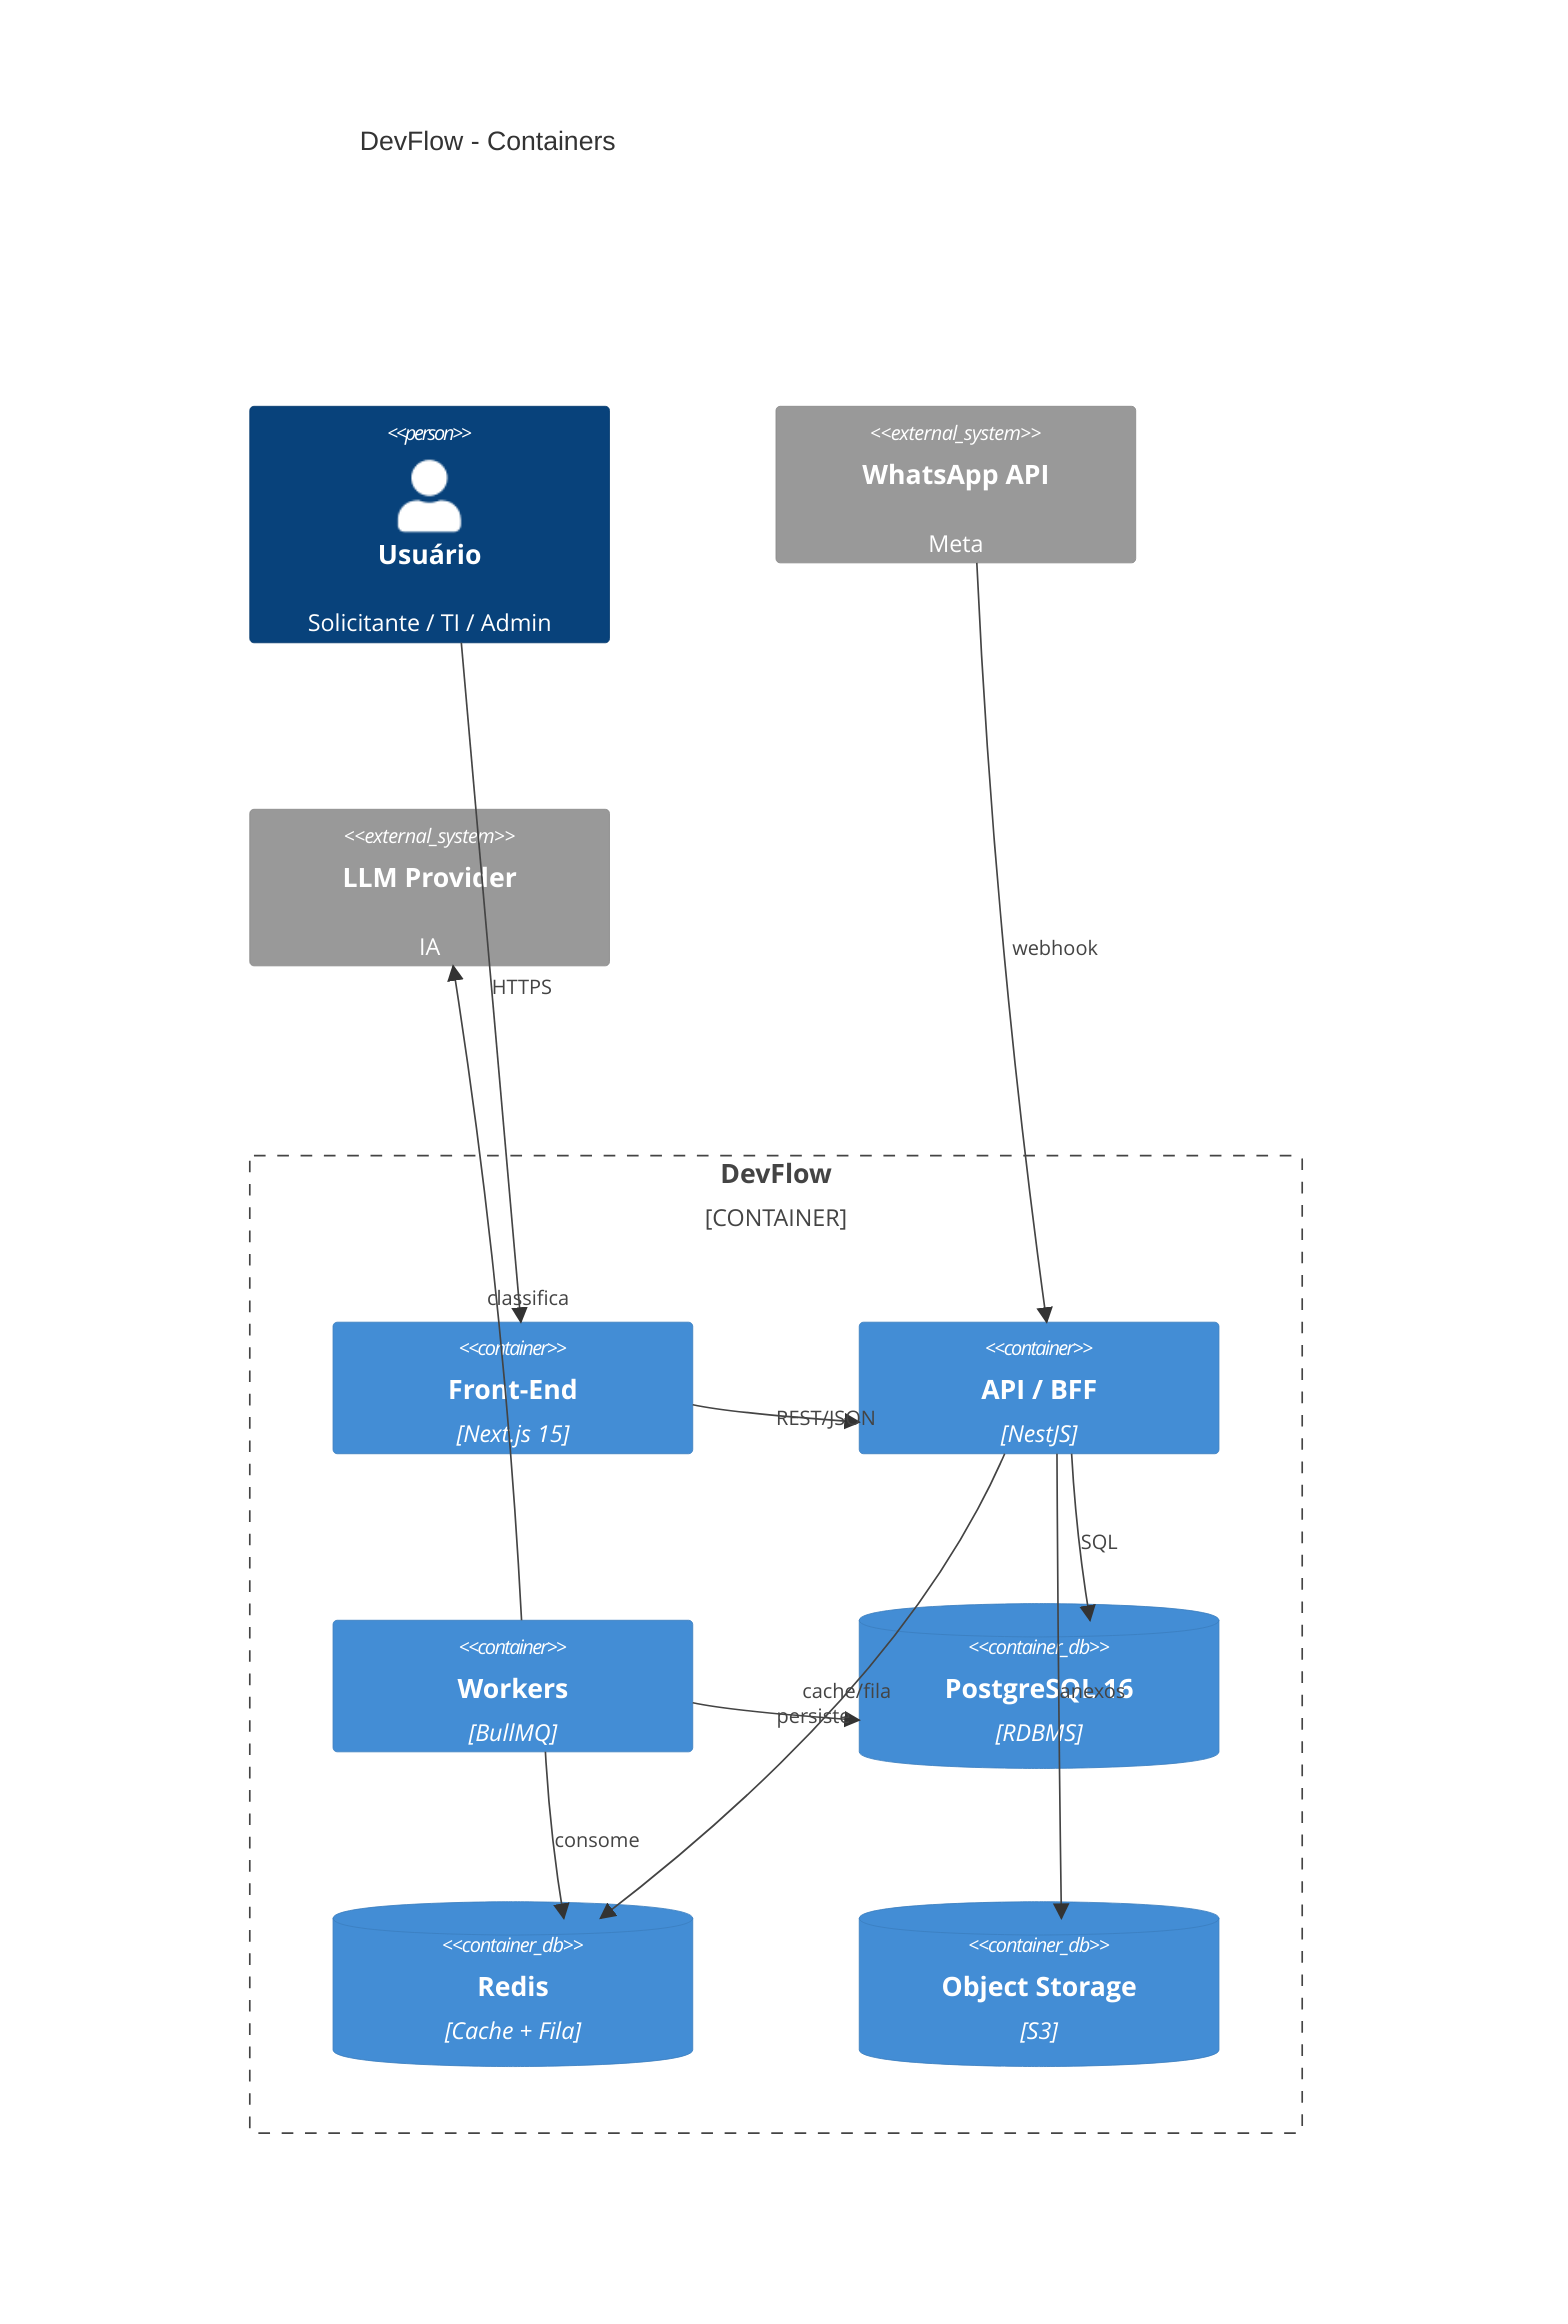
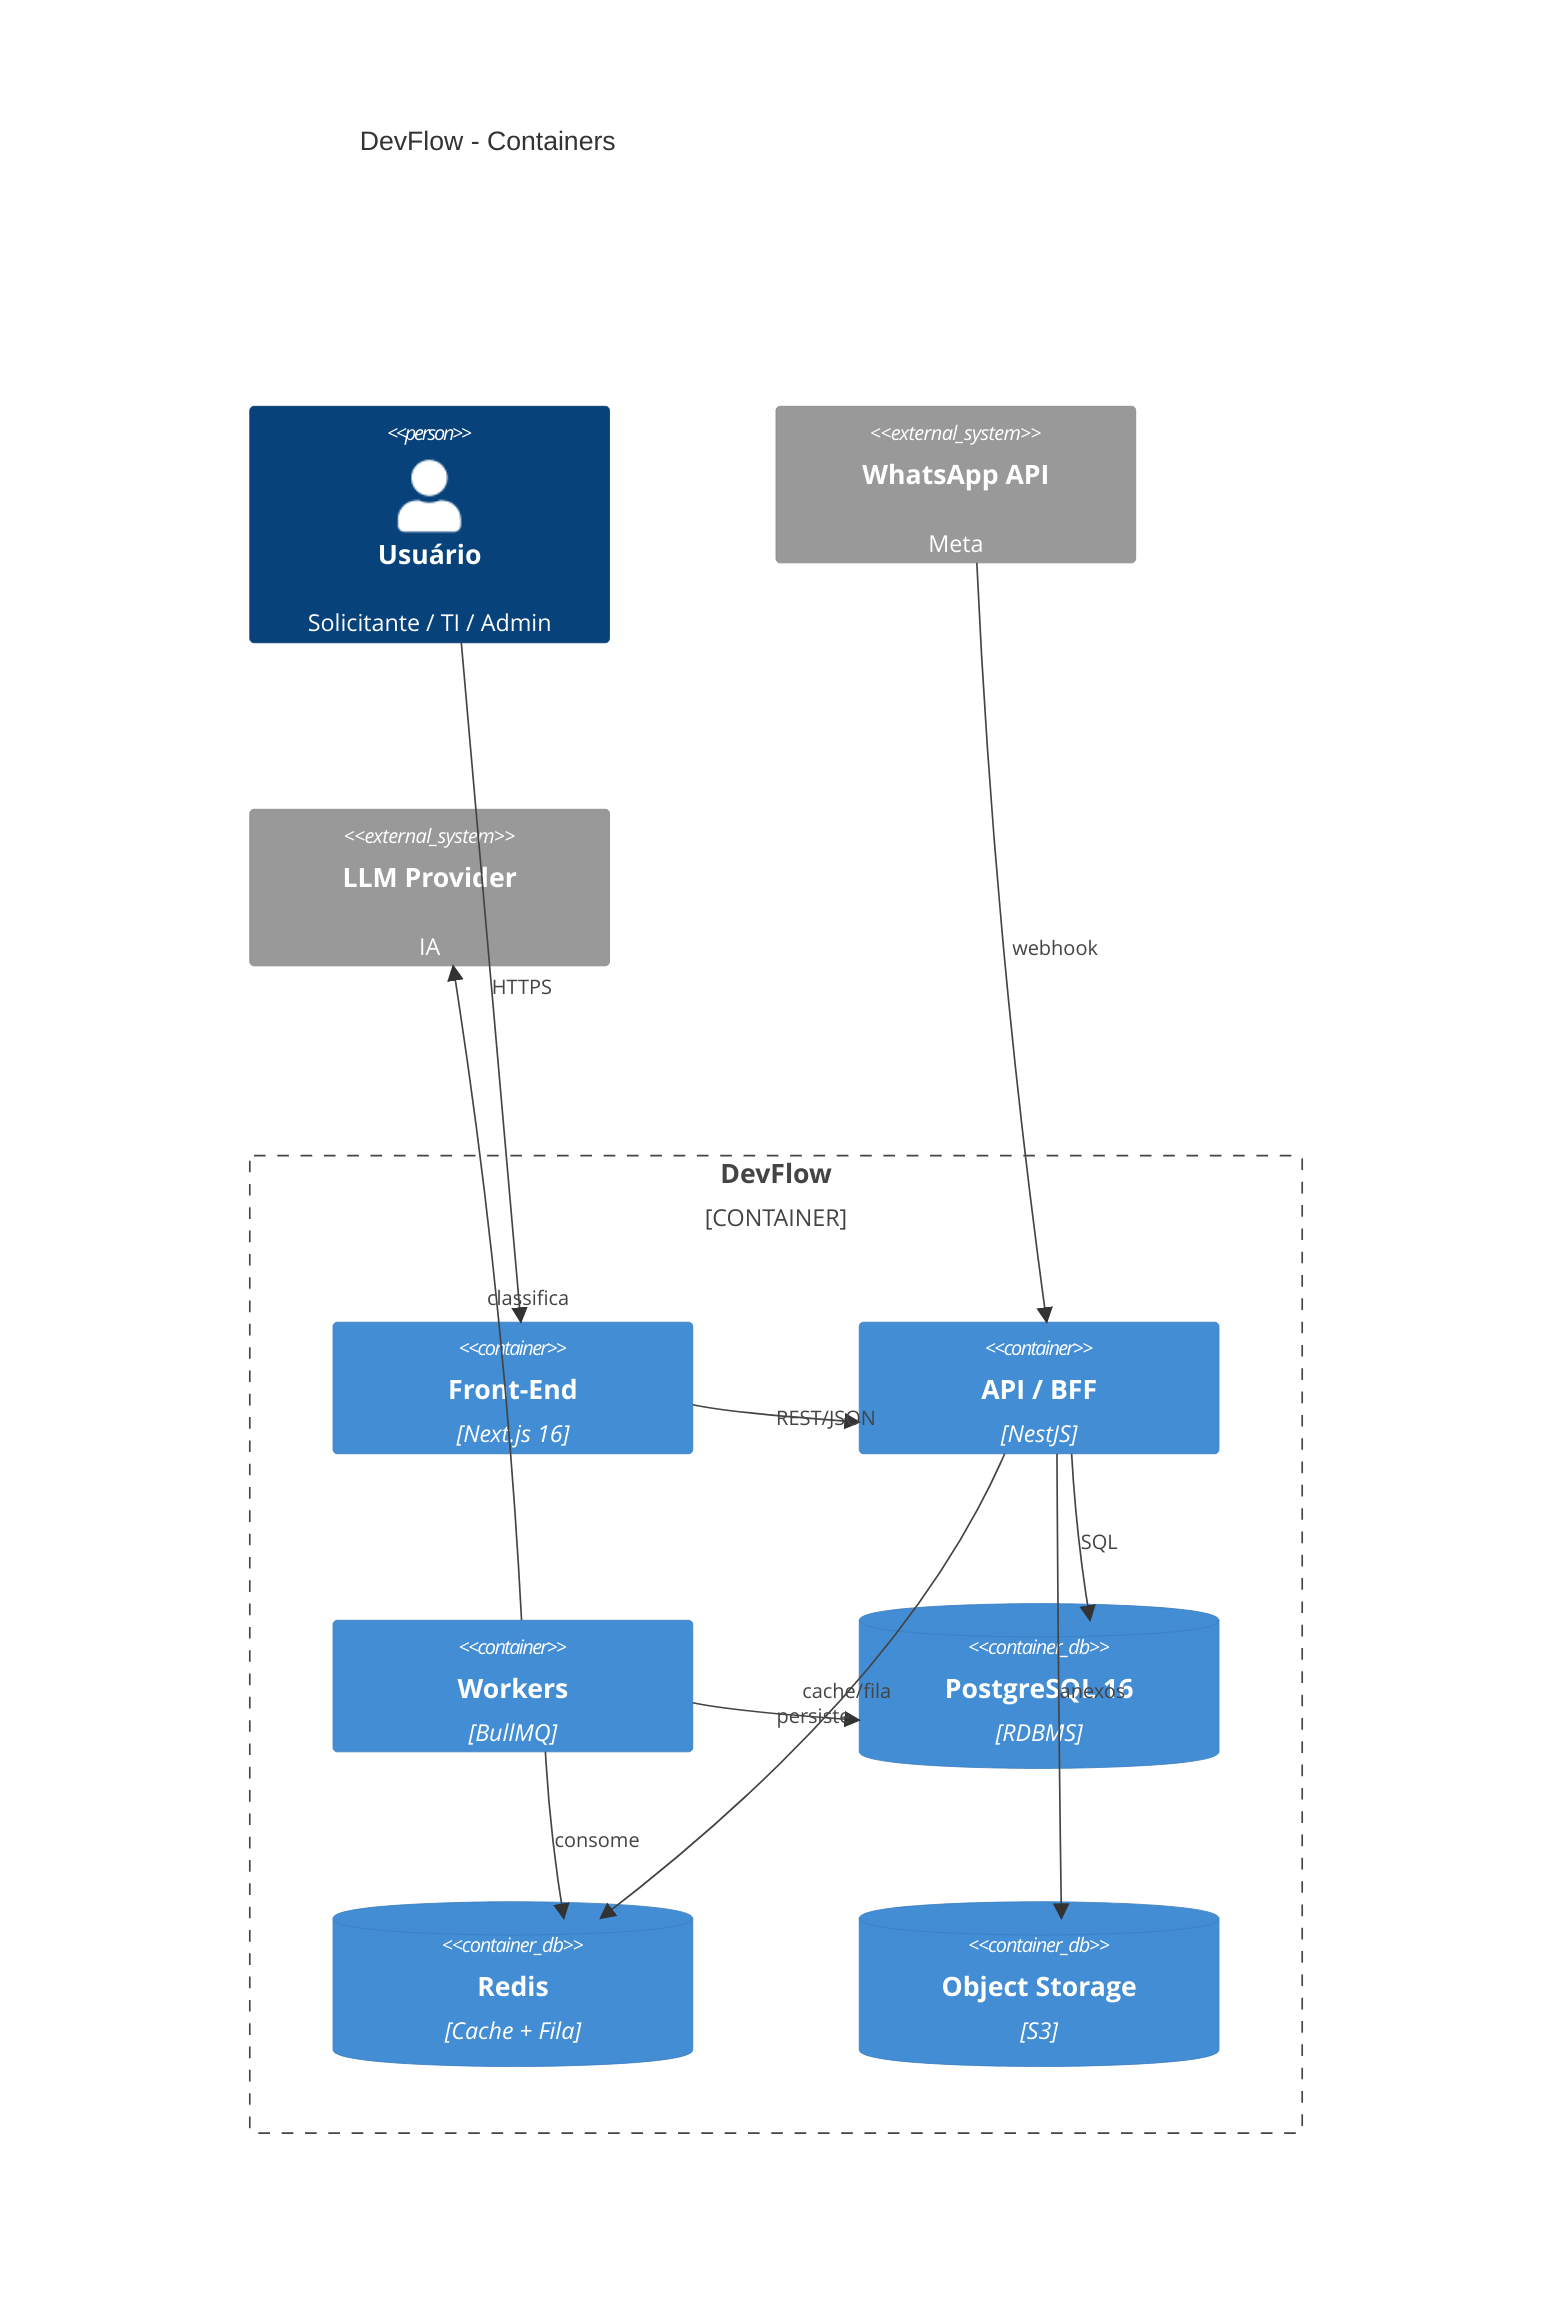
C4Container
    title DevFlow - Containers
    Person(user, "Usuário", "Solicitante / TI / Admin")
    System_Ext(whatsapp, "WhatsApp API", "Meta")
    System_Ext(llm, "LLM Provider", "IA")
    Container_Boundary(devflow, "DevFlow") {
-         Container(spa, "Front-End", "Next.js 15")
+         Container(spa, "Front-End", "Next.js 16")
        Container(api, "API / BFF", "NestJS")
        Container(worker, "Workers", "BullMQ")
        ContainerDb(pg, "PostgreSQL 16", "RDBMS")
        ContainerDb(redis, "Redis", "Cache + Fila")
        ContainerDb(storage, "Object Storage", "S3")
    }
    Rel(user, spa, "HTTPS")
    Rel(spa, api, "REST/JSON")
    Rel(api, pg, "SQL")
    Rel(api, redis, "cache/fila")
    Rel(worker, redis, "consome")
    Rel(worker, pg, "persiste")
    Rel(api, storage, "anexos")
    Rel(whatsapp, api, "webhook")
    Rel(worker, llm, "classifica")
